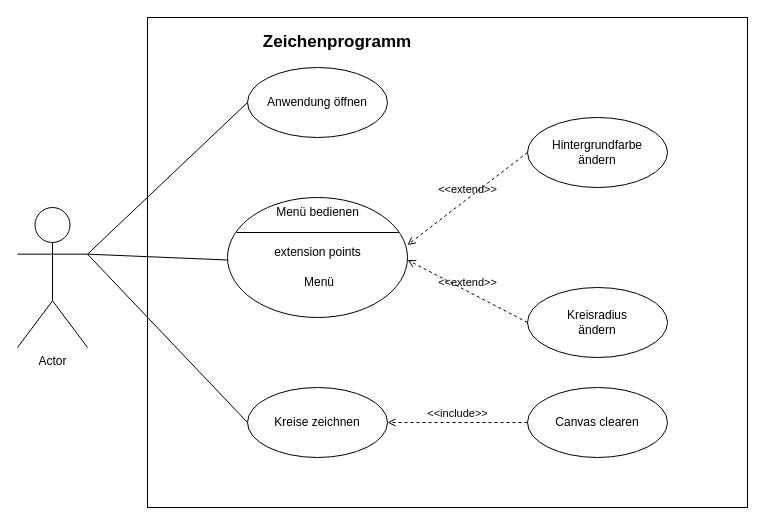
Earlier version of the draw.io diagram UseCase.drawio (MandyMINF/JavaAWT_Aufgabe2_ST). Source tidied: cells renumbered, new cells numbered last; positions are measured from the earlier drawing's top-left corner, leaving out a move shared by most shapes. Both pictures are drawn from the tidied source at 100%, with x=0, y=0 at pixel (17, 17).
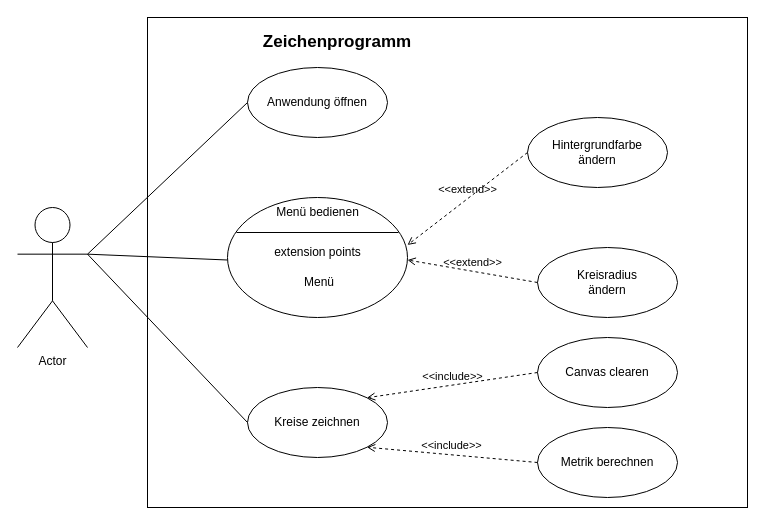
After the change.

The change refers to these unchanged cells:
```xml
<mxCell id="7" value="Kreise zeichnen" style="ellipse;whiteSpace=wrap;html=1;" parent="1" vertex="1">
  <mxGeometry x="230" y="370" width="140" height="70" as="geometry" />
</mxCell>
```

Diff of the diagram source:
```diff
@@
     <mxCell id="6" value="&lt;div&gt;Kreisradius &lt;br&gt;&lt;/div&gt;&lt;div&gt;ändern&lt;/div&gt;" style="ellipse;whiteSpace=wrap;html=1;" parent="1" vertex="1">
-      <mxGeometry x="510" y="270" width="140" height="70" as="geometry" />
+      <mxGeometry x="520" y="230" width="140" height="70" as="geometry" />
     </mxCell>
@@
     <mxCell id="19" value="&lt;div&gt;Canvas clearen&lt;/div&gt;" style="ellipse;whiteSpace=wrap;html=1;" parent="1" vertex="1">
-      <mxGeometry x="510" y="370" width="140" height="70" as="geometry" />
+      <mxGeometry x="520" y="320" width="140" height="70" as="geometry" />
     </mxCell>
-    <mxCell id="20" value="&amp;lt;&amp;lt;include&amp;gt;&amp;gt;" style="html=1;verticalAlign=bottom;labelBackgroundColor=none;endArrow=open;endFill=0;dashed=1;rounded=0;exitX=0;exitY=0.5;exitDx=0;exitDy=0;entryX=1;entryY=0.5;entryDx=0;entryDy=0;" parent="1" edge="1" source="19" target="7">
+    <mxCell id="20" value="&amp;lt;&amp;lt;include&amp;gt;&amp;gt;" style="html=1;verticalAlign=bottom;labelBackgroundColor=none;endArrow=open;endFill=0;dashed=1;rounded=0;exitX=0;exitY=0.5;exitDx=0;exitDy=0;entryX=1;entryY=0;entryDx=0;entryDy=0;" parent="1" edge="1" source="19" target="7">
       <mxGeometry relative="1" as="geometry" />
     </mxCell>
@@
+    <mxCell id="22" value="Metrik berechnen" style="ellipse;whiteSpace=wrap;html=1;" parent="1" vertex="1">
+      <mxGeometry x="520" y="410" width="140" height="70" as="geometry" />
+    </mxCell>
+    <mxCell id="23" value="&amp;lt;&amp;lt;include&amp;gt;&amp;gt;" style="html=1;verticalAlign=bottom;labelBackgroundColor=none;endArrow=open;endFill=0;dashed=1;rounded=0;entryX=1;entryY=1;entryDx=0;entryDy=0;exitX=0;exitY=0.5;exitDx=0;exitDy=0;" parent="1" edge="1" source="22" target="7">
+      <mxGeometry relative="1" as="geometry" />
+    </mxCell>
```
